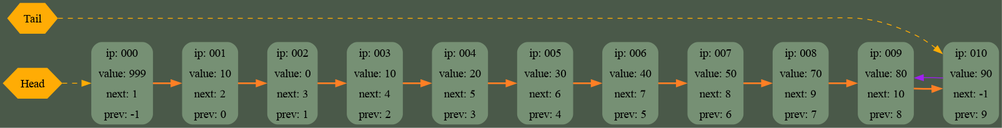
Above: dump.png in rAch-kaplin/List (Graphviz), before the change. Its source is kept beside it as GraphDump/dump.dot.
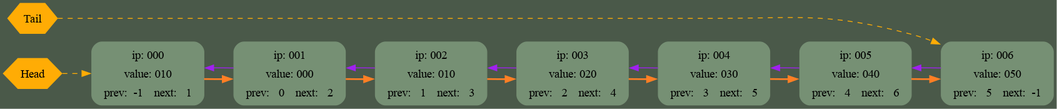
After the commit.

Commit message:
add html table v.1

Change to the diagram source:
```diff
@@ -1,17 +1,55 @@
 digraph G {
 	rankdir = LR;
 	bgcolor="#4A5949"
-	node000 [shape=Mrecord; style=filled; color="#769074"; label =  " { ip: 000} | {value: 999} | {next:   1} | {prev:  -1} " ];
-	node001 [shape=Mrecord; style=filled; color="#769074"; label =  " { ip: 001} | {value:  10} | {next:   2} | {prev:   0} " ];
-	node002 [shape=Mrecord; style=filled; color="#769074"; label =  " { ip: 002} | {value:   0} | {next:   3} | {prev:   1} " ];
-	node003 [shape=Mrecord; style=filled; color="#769074"; label =  " { ip: 003} | {value:  10} | {next:   4} | {prev:   2} " ];
-	node004 [shape=Mrecord; style=filled; color="#769074"; label =  " { ip: 004} | {value:  20} | {next:   5} | {prev:   3} " ];
-	node005 [shape=Mrecord; style=filled; color="#769074"; label =  " { ip: 005} | {value:  30} | {next:   6} | {prev:   4} " ];
-	node006 [shape=Mrecord; style=filled; color="#769074"; label =  " { ip: 006} | {value:  40} | {next:   7} | {prev:   5} " ];
-	node007 [shape=Mrecord; style=filled; color="#769074"; label =  " { ip: 007} | {value:  50} | {next:   8} | {prev:   6} " ];
-	node008 [shape=Mrecord; style=filled; color="#769074"; label =  " { ip: 008} | {value:  70} | {next:   9} | {prev:   7} " ];
-	node009 [shape=Mrecord; style=filled; color="#769074"; label =  " { ip: 009} | {value:  80} | {next:  10} | {prev:   8} " ];
-	node010 [shape=Mrecord; style=filled; color="#769074"; label =  " { ip: 010} | {value:  90} | {next:  -1} | {prev:   9} " ];
+	node000 [shape=Mrecord; style=filled; color="#769074"; label = <
+		         <table border='0' cellborder='1' cellspacing='0'>
+			           <tr><td align='center' colspan='2'> ip: 000 </td></tr>
+			           <tr><td align='center' colspan='2'> value: 010 </td></tr>
+			           <tr><td align='center' > prev:  -1 </td>
+			               <td align='center'> next:   1 </td></tr>
+		         </table> >];
+	node001 [shape=Mrecord; style=filled; color="#769074"; label = <
+		         <table border='0' cellborder='1' cellspacing='0'>
+			           <tr><td align='center' colspan='2'> ip: 001 </td></tr>
+			           <tr><td align='center' colspan='2'> value: 000 </td></tr>
+			           <tr><td align='center' > prev:   0 </td>
+			               <td align='center'> next:   2 </td></tr>
+		         </table> >];
+	node002 [shape=Mrecord; style=filled; color="#769074"; label = <
+		         <table border='0' cellborder='1' cellspacing='0'>
+			           <tr><td align='center' colspan='2'> ip: 002 </td></tr>
+			           <tr><td align='center' colspan='2'> value: 010 </td></tr>
+			           <tr><td align='center' > prev:   1 </td>
+			               <td align='center'> next:   3 </td></tr>
+		         </table> >];
+	node003 [shape=Mrecord; style=filled; color="#769074"; label = <
+		         <table border='0' cellborder='1' cellspacing='0'>
+			           <tr><td align='center' colspan='2'> ip: 003 </td></tr>
+			           <tr><td align='center' colspan='2'> value: 020 </td></tr>
+			           <tr><td align='center' > prev:   2 </td>
+			               <td align='center'> next:   4 </td></tr>
+		         </table> >];
+	node004 [shape=Mrecord; style=filled; color="#769074"; label = <
+		         <table border='0' cellborder='1' cellspacing='0'>
+			           <tr><td align='center' colspan='2'> ip: 004 </td></tr>
+			           <tr><td align='center' colspan='2'> value: 030 </td></tr>
+			           <tr><td align='center' > prev:   3 </td>
+			               <td align='center'> next:   5 </td></tr>
+		         </table> >];
+	node005 [shape=Mrecord; style=filled; color="#769074"; label = <
+		         <table border='0' cellborder='1' cellspacing='0'>
+			           <tr><td align='center' colspan='2'> ip: 005 </td></tr>
+			           <tr><td align='center' colspan='2'> value: 040 </td></tr>
+			           <tr><td align='center' > prev:   4 </td>
+			               <td align='center'> next:   6 </td></tr>
+		         </table> >];
+	node006 [shape=Mrecord; style=filled; color="#769074"; label = <
+		         <table border='0' cellborder='1' cellspacing='0'>
+			           <tr><td align='center' colspan='2'> ip: 006 </td></tr>
+			           <tr><td align='center' colspan='2'> value: 050 </td></tr>
+			           <tr><td align='center' > prev:   5 </td>
+			               <td align='center'> next:  -1 </td></tr>
+		         </table> >];
 
 
 	node000 -> node001 [style=bold; weight=1000; color=chocolate1; ];
@@ -20,17 +58,18 @@
 	node003 -> node004 [style=bold; weight=1000; color=chocolate1; ];
 	node004 -> node005 [style=bold; weight=1000; color=chocolate1; ];
 	node005 -> node006 [style=bold; weight=1000; color=chocolate1; ];
-	node006 -> node007 [style=bold; weight=1000; color=chocolate1; ];
-	node007 -> node008 [style=bold; weight=1000; color=chocolate1; ];
-	node008 -> node009 [style=bold; weight=1000; color=chocolate1; ];
-	node009 -> node010 [style=bold; weight=1000; color=chocolate1; ];
-	node010 -> node009 [weight=0; color=purple; constraint=false; ];
+	node006 -> node005 [weight=0; color=purple; constraint=false; ];
+	node005 -> node004 [weight=0; color=purple; constraint=false; ];
+	node004 -> node003 [weight=0; color=purple; constraint=false; ];
+	node003 -> node002 [weight=0; color=purple; constraint=false; ];
+	node002 -> node001 [weight=0; color=purple; constraint=false; ];
+	node001 -> node000 [weight=0; color=purple; constraint=false; ];
 
 	head [shape=hexagon; style=filled; color="#ffac05"; label="Head"];
 	head -> node000 [style=dashed; color="#ffac05"];
 	{ rank = min; head; }
 
 	tail [shape=hexagon; style=filled; color="#ffac05"; label="Tail"];
-	tail -> node010 [style=dashed; color="#ffac05"];
+	tail -> node006 [style=dashed; color="#ffac05"];
 	{ rank = min; tail; }
 }
```
